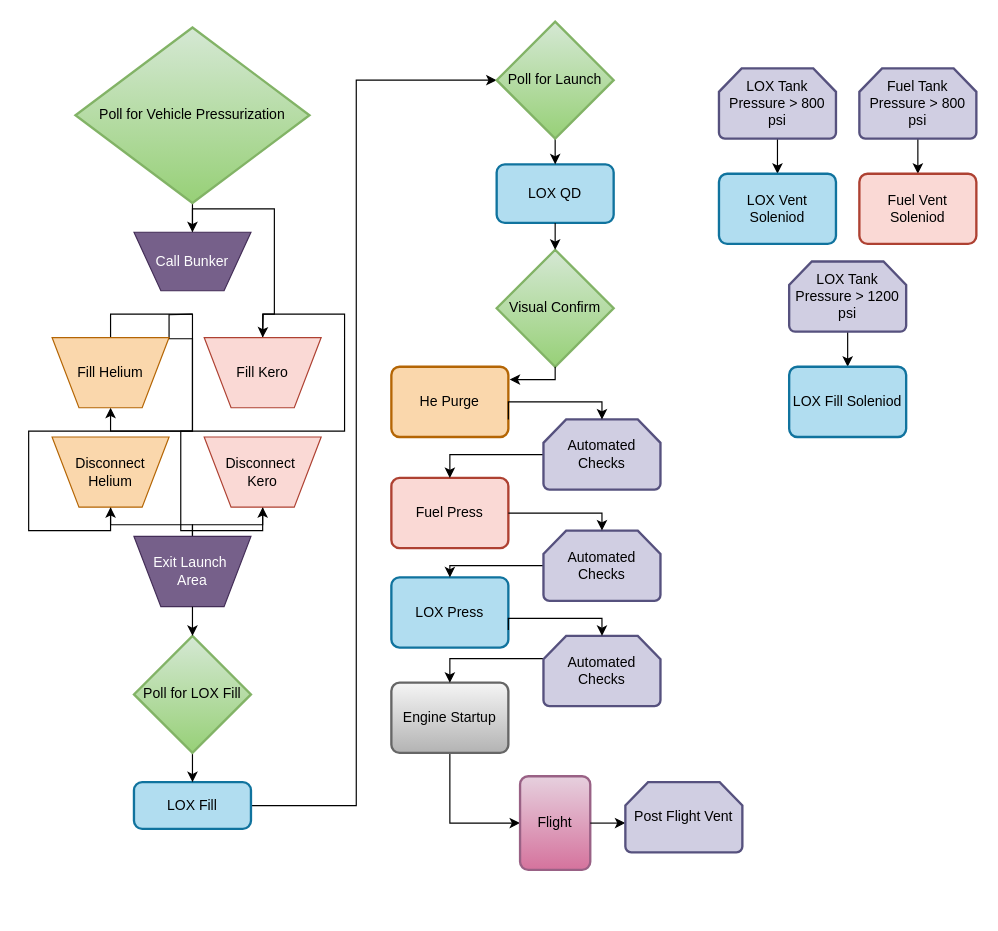
Before: P&IDs/Icarus Launch CONOPS.drawio in hamelethan-1/PARSEC-Icarus-Prop-Feed, a draw.io diagram. Source tidied: cells renumbered, new cells numbered last; positions are measured from the earlier drawing's top-left corner, leaving out a move shared by most shapes. Both pictures are drawn from the tidied source at 117%, with x=0, y=0 at pixel (51, 21).
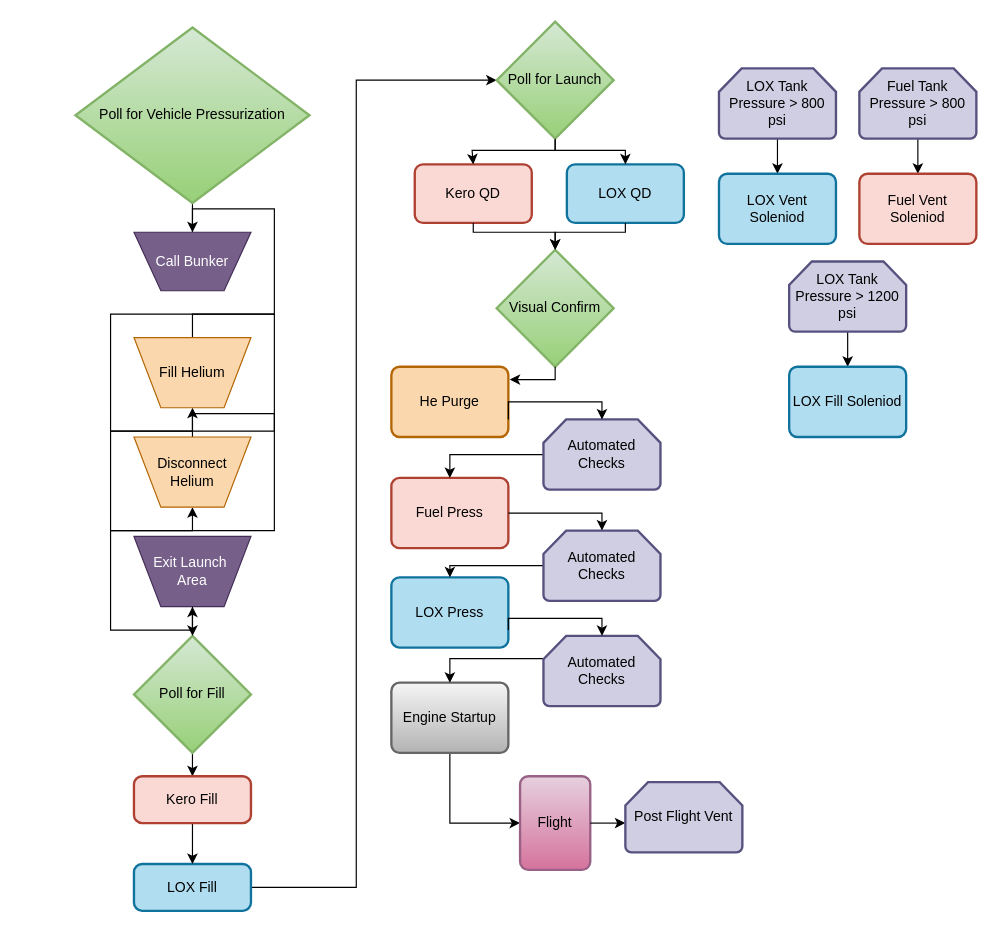
After the change.

The change refers to these unchanged cells:
```xml
<mxCell id="12" value="Exit Launch&amp;nbsp;&lt;div&gt;Area&lt;/div&gt;" style="verticalLabelPosition=middle;verticalAlign=middle;html=1;shape=trapezoid;perimeter=trapezoidPerimeter;whiteSpace=wrap;size=0.23;arcSize=10;flipV=1;labelPosition=center;align=center;legacyAnchorPoints=0;fillColor=#76608a;fontColor=#ffffff;strokeColor=#432D57;" parent="1" vertex="1">
  <mxGeometry x="70" y="440" width="100" height="60" as="geometry" />
</mxCell>
<mxCell id="17" value="Poll for Launch" style="strokeWidth=2;html=1;shape=mxgraph.flowchart.decision;whiteSpace=wrap;fillColor=#d5e8d4;gradientColor=#97d077;strokeColor=#82b366;" parent="1" vertex="1">
  <mxGeometry x="380" width="100" height="100" as="geometry" />
</mxCell>
<mxCell id="23" value="Visual Confirm" style="strokeWidth=2;html=1;shape=mxgraph.flowchart.decision;whiteSpace=wrap;fillColor=#d5e8d4;gradientColor=#97d077;strokeColor=#82b366;" parent="1" vertex="1">
  <mxGeometry x="380" y="195" width="100" height="100" as="geometry" />
</mxCell>
<mxCell id="39" value="Call Bunker" style="verticalLabelPosition=middle;verticalAlign=middle;html=1;shape=trapezoid;perimeter=trapezoidPerimeter;whiteSpace=wrap;size=0.23;arcSize=10;flipV=1;labelPosition=center;align=center;legacyAnchorPoints=0;fillColor=#76608a;fontColor=#ffffff;strokeColor=#432D57;" parent="1" vertex="1">
  <mxGeometry x="70" y="180" width="100" height="50" as="geometry" />
</mxCell>
```

Change to the diagram source:
```diff
@@
-    <mxCell id="4" style="edgeStyle=orthogonalEdgeStyle;rounded=0;jettySize=auto;html=1;exitX=0.5;exitY=0;exitDx=0;exitDy=0;entryX=0.5;entryY=1;entryDx=0;entryDy=0;defaultLabelBackgroundColor=page;" parent="1" edge="1" source="52" target="12">
-      <mxGeometry relative="1" as="geometry">
-        <Array as="points">
-          <mxPoint x="180" y="430" />
-          <mxPoint x="120" y="430" />
-        </Array>
-      </mxGeometry>
-    </mxCell>
-    <mxCell id="5" style="edgeStyle=orthogonalEdgeStyle;rounded=0;jettySize=auto;html=1;entryX=0.5;entryY=1;entryDx=0;entryDy=0;defaultLabelBackgroundColor=page;" parent="1" edge="1" target="9">
-      <mxGeometry relative="1" as="geometry">
-        <mxPoint x="120" y="250" as="sourcePoint" />
-      </mxGeometry>
+    <mxCell id="5" style="edgeStyle=orthogonalEdgeStyle;rounded=0;jettySize=auto;html=1;entryX=0.5;entryY=1;entryDx=0;entryDy=0;defaultLabelBackgroundColor=page;exitX=0.5;exitY=0;exitDx=0;exitDy=0;" parent="1" edge="1" source="39" target="9">
+      <mxGeometry x="0.18" relative="1" as="geometry" />
     </mxCell>
     <mxCell id="6" style="edgeStyle=orthogonalEdgeStyle;rounded=0;jettySize=auto;html=1;exitX=1;exitY=0.5;exitDx=0;exitDy=0;defaultLabelBackgroundColor=page;entryX=0;entryY=0.5;entryDx=0;entryDy=0;entryPerimeter=0;" parent="1" edge="1" source="7" target="17">
       <mxGeometry relative="1" as="geometry">
         <Array as="points">
-          <mxPoint x="260" y="670" />
+          <mxPoint x="260" y="740" />
           <mxPoint x="260" y="50" />
         </Array>
       </mxGeometry>
     </mxCell>
     <mxCell id="7" value="LOX Fill" style="rounded=1;whiteSpace=wrap;html=1;absoluteArcSize=1;arcSize=14;strokeWidth=2;fillColor=#b1ddf0;strokeColor=#10739e;" parent="1" vertex="1">
-      <mxGeometry x="70" y="650" width="100" height="40" as="geometry" />
+      <mxGeometry x="70" y="720" width="100" height="40" as="geometry" />
     </mxCell>
@@
     <mxCell id="9" value="Fill Helium" style="verticalLabelPosition=middle;verticalAlign=middle;html=1;shape=trapezoid;perimeter=trapezoidPerimeter;whiteSpace=wrap;size=0.23;arcSize=10;flipV=1;labelPosition=center;align=center;legacyAnchorPoints=0;fillColor=#fad7ac;strokeColor=#b46504;" parent="1" vertex="1">
-      <mxGeometry y="270" width="100" height="60" as="geometry" />
+      <mxGeometry x="70" y="270" width="100" height="60" as="geometry" />
     </mxCell>
     <mxCell id="10" style="edgeStyle=orthogonalEdgeStyle;rounded=0;jettySize=auto;html=1;exitX=0.5;exitY=0;exitDx=0;exitDy=0;entryX=0.5;entryY=1;entryDx=0;entryDy=0;defaultLabelBackgroundColor=page;" parent="1" edge="1" source="11" target="12">
-      <mxGeometry relative="1" as="geometry">
-        <Array as="points">
-          <mxPoint x="50" y="430" />
-          <mxPoint x="120" y="430" />
-        </Array>
-      </mxGeometry>
+      <mxGeometry relative="1" as="geometry" />
     </mxCell>
     <mxCell id="11" value="Disconnect Helium" style="verticalLabelPosition=middle;verticalAlign=middle;html=1;shape=trapezoid;perimeter=trapezoidPerimeter;whiteSpace=wrap;size=0.23;arcSize=10;flipV=1;labelPosition=center;align=center;legacyAnchorPoints=0;fillColor=#fad7ac;strokeColor=#b46504;" parent="1" vertex="1">
-      <mxGeometry y="355" width="100" height="60" as="geometry" />
+      <mxGeometry x="70" y="355" width="100" height="60" as="geometry" />
     </mxCell>
@@
     <mxCell id="13" value="LOX QD" style="rounded=1;whiteSpace=wrap;html=1;absoluteArcSize=1;arcSize=14;strokeWidth=2;fillColor=#b1ddf0;strokeColor=#10739e;" parent="1" vertex="1">
-      <mxGeometry x="380" y="122" width="100" height="50" as="geometry" />
+      <mxGeometry x="440" y="122" width="100" height="50" as="geometry" />
     </mxCell>
-    <mxCell id="14" style="edgeStyle=orthogonalEdgeStyle;rounded=0;jettySize=auto;html=1;entryX=0.5;entryY=0;entryDx=0;entryDy=0;defaultLabelBackgroundColor=page;" parent="1" edge="1" source="15" target="7">
+    <mxCell id="14" style="edgeStyle=orthogonalEdgeStyle;rounded=0;jettySize=auto;html=1;defaultLabelBackgroundColor=page;" parent="1" edge="1" source="15" target="54">
       <mxGeometry relative="1" as="geometry" />
     </mxCell>
-    <mxCell id="15" value="Poll for LOX Fill" style="strokeWidth=2;html=1;shape=mxgraph.flowchart.decision;whiteSpace=wrap;fillColor=#d5e8d4;strokeColor=#82b366;gradientColor=#97d077;" parent="1" vertex="1">
+    <mxCell id="15" value="Poll for Fill" style="strokeWidth=2;html=1;shape=mxgraph.flowchart.decision;whiteSpace=wrap;fillColor=#d5e8d4;strokeColor=#82b366;gradientColor=#97d077;" parent="1" vertex="1">
       <mxGeometry x="70" y="525" width="100" height="100" as="geometry" />
     </mxCell>
     <mxCell id="16" style="edgeStyle=orthogonalEdgeStyle;rounded=0;jettySize=auto;html=1;entryX=0.5;entryY=0;entryDx=0;entryDy=0;defaultLabelBackgroundColor=page;" parent="1" edge="1" source="17" target="13">
-      <mxGeometry relative="1" as="geometry" />
+      <mxGeometry relative="1" as="geometry">
+        <Array as="points">
+          <mxPoint x="430" y="110" />
+          <mxPoint x="490" y="110" />
+        </Array>
+      </mxGeometry>
     </mxCell>
@@
-    <mxCell id="29" style="edgeStyle=orthogonalEdgeStyle;rounded=0;jettySize=auto;html=1;entryX=0.5;entryY=0;entryDx=0;entryDy=0;entryPerimeter=0;defaultLabelBackgroundColor=page;" parent="1" edge="1" source="13" target="23">
+    <mxCell id="29" style="edgeStyle=orthogonalEdgeStyle;rounded=0;jettySize=auto;html=1;entryX=0.5;entryY=0;entryDx=0;entryDy=0;entryPerimeter=0;defaultLabelBackgroundColor=page;exitX=0.5;exitY=1;exitDx=0;exitDy=0;" parent="1" edge="1" source="13" target="23">
       <mxGeometry x="-0.06" relative="1" as="geometry">
         <Array as="points">
-          <mxPoint x="430" y="180" />
+          <mxPoint x="490" y="180" />
           <mxPoint x="430" y="180" />
         </Array>
       </mxGeometry>
     </mxCell>
@@
-    <mxCell id="38" style="edgeStyle=orthogonalEdgeStyle;rounded=0;jettySize=auto;html=1;entryX=0.5;entryY=0;entryDx=0;entryDy=0;defaultLabelBackgroundColor=page;exitX=0.5;exitY=0;exitDx=0;exitDy=0;" parent="1" edge="1" source="39">
-      <mxGeometry relative="1" as="geometry">
-        <mxPoint x="180" y="270" as="targetPoint" />
-      </mxGeometry>
-    </mxCell>
@@
-    <mxCell id="50" style="edgeStyle=orthogonalEdgeStyle;rounded=0;jettySize=auto;html=1;exitX=0.5;exitY=0;exitDx=0;exitDy=0;entryX=0.5;entryY=1;entryDx=0;entryDy=0;defaultLabelBackgroundColor=page;" parent="1" edge="1" source="51" target="52">
-      <mxGeometry relative="1" as="geometry" />
-    </mxCell>
-    <mxCell id="51" value="Fill Kero" style="verticalLabelPosition=middle;verticalAlign=middle;html=1;shape=trapezoid;perimeter=trapezoidPerimeter;whiteSpace=wrap;size=0.23;arcSize=10;flipV=1;labelPosition=center;align=center;legacyAnchorPoints=0;fillColor=#fad9d5;strokeColor=#ae4132;" parent="1" vertex="1">
-      <mxGeometry x="130" y="270" width="100" height="60" as="geometry" />
-    </mxCell>
-    <mxCell id="52" value="Disconnect&amp;nbsp;&lt;div&gt;Kero&lt;/div&gt;" style="verticalLabelPosition=middle;verticalAlign=middle;html=1;shape=trapezoid;perimeter=trapezoidPerimeter;whiteSpace=wrap;size=0.23;arcSize=10;flipV=1;labelPosition=center;align=center;legacyAnchorPoints=0;fillColor=#fad9d5;strokeColor=#ae4132;" parent="1" vertex="1">
-      <mxGeometry x="130" y="355" width="100" height="60" as="geometry" />
-    </mxCell>
+    <mxCell id="53" style="edgeStyle=orthogonalEdgeStyle;rounded=0;jettySize=auto;html=1;entryX=0.5;entryY=0;entryDx=0;entryDy=0;defaultLabelBackgroundColor=page;" parent="1" edge="1" source="54" target="7">
+      <mxGeometry relative="1" as="geometry" />
+    </mxCell>
+    <mxCell id="54" value="Kero Fill" style="rounded=1;whiteSpace=wrap;html=1;absoluteArcSize=1;arcSize=14;strokeWidth=2;fillColor=#fad9d5;strokeColor=#ae4132;" parent="1" vertex="1">
+      <mxGeometry x="70" y="645" width="100" height="40" as="geometry" />
+    </mxCell>
+    <mxCell id="55" value="Kero QD" style="rounded=1;whiteSpace=wrap;html=1;absoluteArcSize=1;arcSize=14;strokeWidth=2;fillColor=#fad9d5;strokeColor=#ae4132;" parent="1" vertex="1">
+      <mxGeometry x="310" y="122" width="100" height="50" as="geometry" />
+    </mxCell>
+    <mxCell id="56" style="edgeStyle=orthogonalEdgeStyle;rounded=0;jettySize=auto;html=1;entryX=0.5;entryY=0;entryDx=0;entryDy=0;defaultLabelBackgroundColor=page;" parent="1" edge="1" source="17" target="55">
+      <mxGeometry x="0.2" relative="1" as="geometry">
+        <Array as="points">
+          <mxPoint x="430" y="110" />
+          <mxPoint x="359" y="110" />
+        </Array>
+      </mxGeometry>
+    </mxCell>
+    <mxCell id="57" style="edgeStyle=orthogonalEdgeStyle;rounded=0;jettySize=auto;html=1;entryX=0.5;entryY=0;entryDx=0;entryDy=0;entryPerimeter=0;defaultLabelBackgroundColor=page;" parent="1" edge="1" source="55" target="23">
+      <mxGeometry relative="1" as="geometry">
+        <Array as="points">
+          <mxPoint x="360" y="180" />
+          <mxPoint x="430" y="180" />
+        </Array>
+      </mxGeometry>
+    </mxCell>
```
